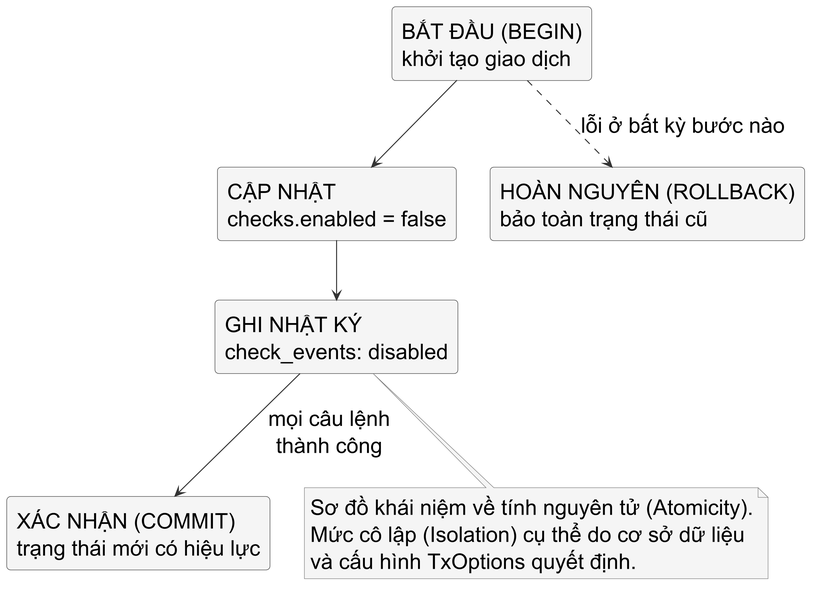
Before: assets/diagrams/transaction-boundary.png, a diagram exported from PlantUML (Minhlike/Golang).
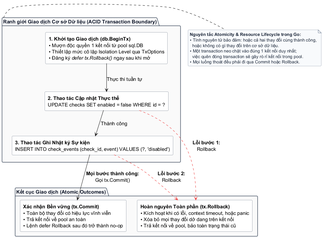
Above is the later version.

Change to the diagram source:
```diff
@@ -1,37 +1,61 @@
 @startuml
-skinparamlocked dpi 300
 skinparam backgroundColor #FFFFFF
+skinparam defaultFontName "Source Sans 3"
+skinparam defaultFontSize 16
 skinparam shadowing false
-skinparam note {
-  BackgroundColor #F5F5F5
-  BorderColor #777777
+skinparam roundCorner 6
+skinparam arrowColor #222222
+skinparam arrowThickness 1.2
+
+skinparam package {
+  BackgroundColor #FAFAFA
+  BorderColor #334155
+  FontColor #0F172A
+  FontStyle bold
+}
+
+skinparam rectangle {
+  BackgroundColor #FFFFFF
+  BorderColor #475569
   FontColor #000000
 }
-skinparam defaultFontName "Source Sans 3"
-skinparam defaultFontSize 22
-skinparam rectangle {
-  BackgroundColor #F5F5F5
-  BorderColor #333333
-  FontColor #000000
-  RoundCorner 8
+
+skinparam note {
+  BackgroundColor #F8FAFC
+  BorderColor #64748B
+  FontColor #1E293B
+  FontSize 14
 }
-skinparam arrowColor #333333
+
 top to bottom direction
 
-rectangle "BẮT ĐẦU (BEGIN)\nkhởi tạo giao dịch" as begin
-rectangle "CẬP NHẬT\nchecks.enabled = false" as update
-rectangle "GHI NHẬT KÝ\ncheck_events: disabled" as audit
-rectangle "XÁC NHẬN (COMMIT)\ntrạng thái mới có hiệu lực" as committed
-rectangle "HOÀN NGUYÊN (ROLLBACK)\nbảo toàn trạng thái cũ" as rolled
+package "Ranh giới Giao dịch Cơ sở Dữ liệu (ACID Transaction Boundary)" as tx_boundary {
+  rectangle "<b>1. Khởi tạo Giao dịch (db.BeginTx)</b>\n• Mượn độc quyền 1 kết nối từ pool sql.DB\n• Thiết lập mức cô lập Isolation Level qua TxOptions\n• Đăng ký <i>defer tx.Rollback()</i> ngay sau khi mở" as begin_tx
 
-begin --> update
-update --> audit
-audit --> committed : mọi câu lệnh\nthành công
-begin ..> rolled : lỗi ở bất kỳ bước nào
+  rectangle "<b>2. Thao tác Cập nhật Thực thể</b>\nUPDATE checks SET enabled = false WHERE id = ?" as step_update
 
-note bottom of audit
-  Sơ đồ khái niệm về tính nguyên tử (Atomicity).
-  Mức cô lập (Isolation) cụ thể do cơ sở dữ liệu
-  và cấu hình TxOptions quyết định.
+  rectangle "<b>3. Thao tác Ghi Nhật ký Sự kiện</b>\nINSERT INTO check_events (check_id, event) VALUES (?, 'disabled')" as step_audit
+
+  begin_tx -down-> step_update : Thực thi tuần tự
+  step_update -down-> step_audit : Thành công
+}
+
+package "Kết cục Giao dịch (Atomic Outcomes)" as outcomes {
+  rectangle "<b>Xác nhận Bền vững (tx.Commit)</b>\n• Toàn bộ thay đổi có hiệu lực vĩnh viễn\n• Trả kết nối về pool an toàn\n• Lệnh defer Rollback sau đó trở thành no-op" as commit_node
+
+  rectangle "<b>Hoàn nguyên Toàn phần (tx.Rollback)</b>\n• Kích hoạt khi có lỗi, context timeout, hoặc panic\n• Xóa bỏ mọi thay đổi dở dang trên kết nối\n• Trả kết nối về pool, bảo toàn trạng thái cũ" as rollback_node
+}
+
+step_audit -down-> commit_node : <b>Mọi bước thành công:</b>\nGọi tx.Commit()
+step_update .[#EF4444]down.> rollback_node : <b>Lỗi bước 1:</b>\nRollback
+step_audit .[#EF4444]down.> rollback_node : <b>Lỗi bước 2:</b>\nRollback
+
+note right of tx_boundary
+  <b>Nguyên tắc Atomicity & Resource Lifecycle trong Go:</b>
+  • Tính nguyên tử bảo đảm: hoặc cả hai thay đổi cùng thành công,
+    hoặc không có gì thay đổi trên cơ sở dữ liệu.
+  • Một transaction neo chặt vào đúng 1 kết nối duy nhất;
+    việc quên đóng transaction sẽ gây rò rỉ kết nối trong pool.
+  • Mọi luồng thoát đều phải đi qua Commit hoặc Rollback.
 end note
 @enduml
```
